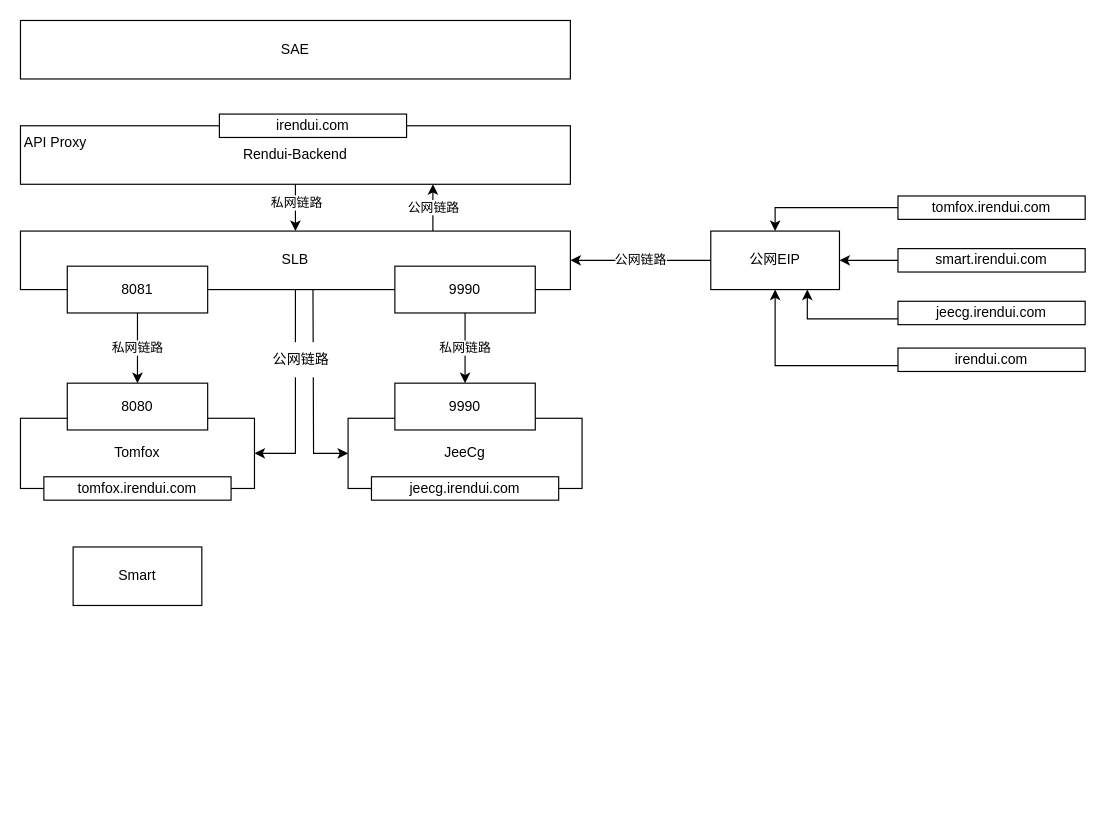
The draw.io diagram 人堆技术架构.drawio in ruopuzi/draw.io, before the edit. Source tidied: cells renumbered, new cells numbered last; positions are measured from the earlier drawing's top-left corner, leaving out a move shared by most shapes. Both pictures are drawn from the tidied source at 117%, with x=0, y=0 at pixel (20, 20).
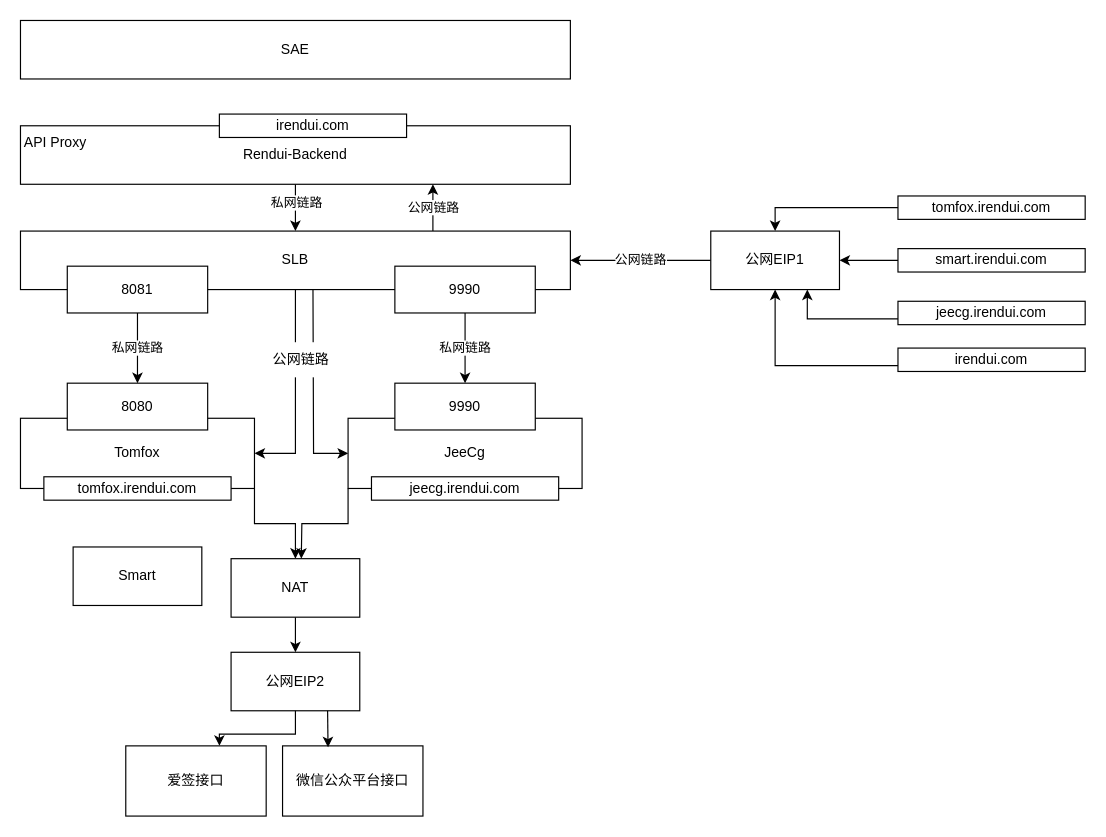
The same page after the edit.

Commit message (it also covers changes not shown here):
更新人堆技术架构.drawio

The change refers to these unchanged cells:
```xml
<mxCell id="7" value="Tomfox" style="rounded=0;whiteSpace=wrap;html=1;" parent="1" vertex="1">
  <mxGeometry y="340" width="200" height="60" as="geometry" />
</mxCell>
<mxCell id="8" value="JeeCg" style="rounded=0;whiteSpace=wrap;html=1;" parent="1" vertex="1">
  <mxGeometry x="280" y="340" width="200" height="60" as="geometry" />
</mxCell>
```

Diff of the diagram source:
```diff
@@
+    <mxCell id="34" style="edgeStyle=orthogonalEdgeStyle;rounded=0;jettySize=auto;html=1;exitX=1;exitY=1;exitDx=0;exitDy=0;" parent="1" edge="1" source="7" target="38">
+      <mxGeometry relative="1" as="geometry" />
+    </mxCell>
@@
+    <mxCell id="35" style="edgeStyle=orthogonalEdgeStyle;rounded=0;jettySize=auto;html=1;exitX=0;exitY=1;exitDx=0;exitDy=0;" parent="1" edge="1" source="8">
+      <mxGeometry relative="1" as="geometry">
+        <mxPoint x="240" y="460" as="targetPoint" />
+      </mxGeometry>
+    </mxCell>
@@
-    <mxCell id="19" value="公网EIP" style="rounded=0;whiteSpace=wrap;html=1;" parent="1" vertex="1">
+    <mxCell id="19" value="公网EIP1" style="rounded=0;whiteSpace=wrap;html=1;" parent="1" vertex="1">
       <mxGeometry x="590" y="180" width="110" height="50" as="geometry" />
     </mxCell>
@@
+    <mxCell id="36" value="公网EIP2" style="rounded=0;whiteSpace=wrap;html=1;" parent="1" vertex="1">
+      <mxGeometry x="180" y="540" width="110" height="50" as="geometry" />
+    </mxCell>
+    <mxCell id="37" style="edgeStyle=orthogonalEdgeStyle;rounded=0;jettySize=auto;html=1;exitX=0.5;exitY=1;exitDx=0;exitDy=0;entryX=0.5;entryY=0;entryDx=0;entryDy=0;" parent="1" edge="1" source="38" target="36">
+      <mxGeometry relative="1" as="geometry" />
+    </mxCell>
+    <mxCell id="38" value="NAT" style="rounded=0;whiteSpace=wrap;html=1;" parent="1" vertex="1">
+      <mxGeometry x="180" y="460" width="110" height="50" as="geometry" />
+    </mxCell>
+    <mxCell id="39" value="爱签接口" style="rounded=0;whiteSpace=wrap;html=1;" parent="1" vertex="1">
+      <mxGeometry x="90" y="620" width="120" height="60" as="geometry" />
+    </mxCell>
+    <mxCell id="40" value="微信公众平台接口" style="rounded=0;whiteSpace=wrap;html=1;" parent="1" vertex="1">
+      <mxGeometry x="224" y="620" width="120" height="60" as="geometry" />
+    </mxCell>
+    <mxCell id="41" style="edgeStyle=orthogonalEdgeStyle;rounded=0;jettySize=auto;html=1;exitX=0.5;exitY=1;exitDx=0;exitDy=0;entryX=0.667;entryY=0;entryDx=0;entryDy=0;entryPerimeter=0;" parent="1" edge="1" source="36" target="39">
+      <mxGeometry relative="1" as="geometry" />
+    </mxCell>
+    <mxCell id="42" style="edgeStyle=orthogonalEdgeStyle;rounded=0;jettySize=auto;html=1;exitX=0.75;exitY=1;exitDx=0;exitDy=0;entryX=0.324;entryY=0.02;entryDx=0;entryDy=0;entryPerimeter=0;" parent="1" edge="1" source="36" target="40">
+      <mxGeometry relative="1" as="geometry" />
+    </mxCell>
```
